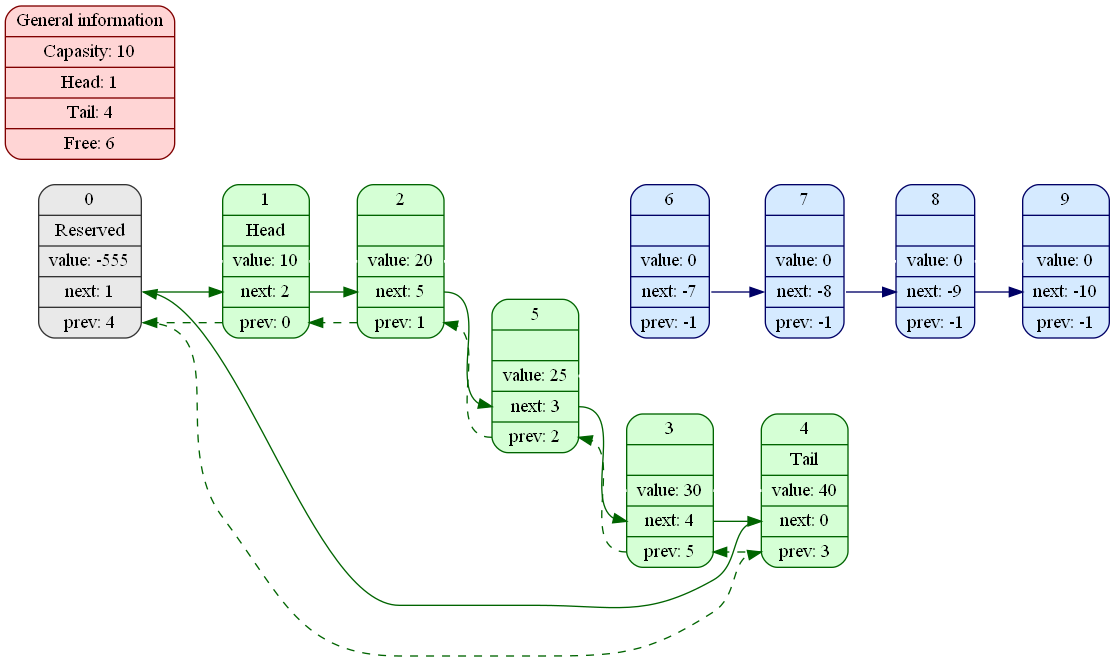
Above: ListPicture.png in KuchinaMA/Lists (Graphviz), before the change. Its source is kept beside it as ListPicture.dot.
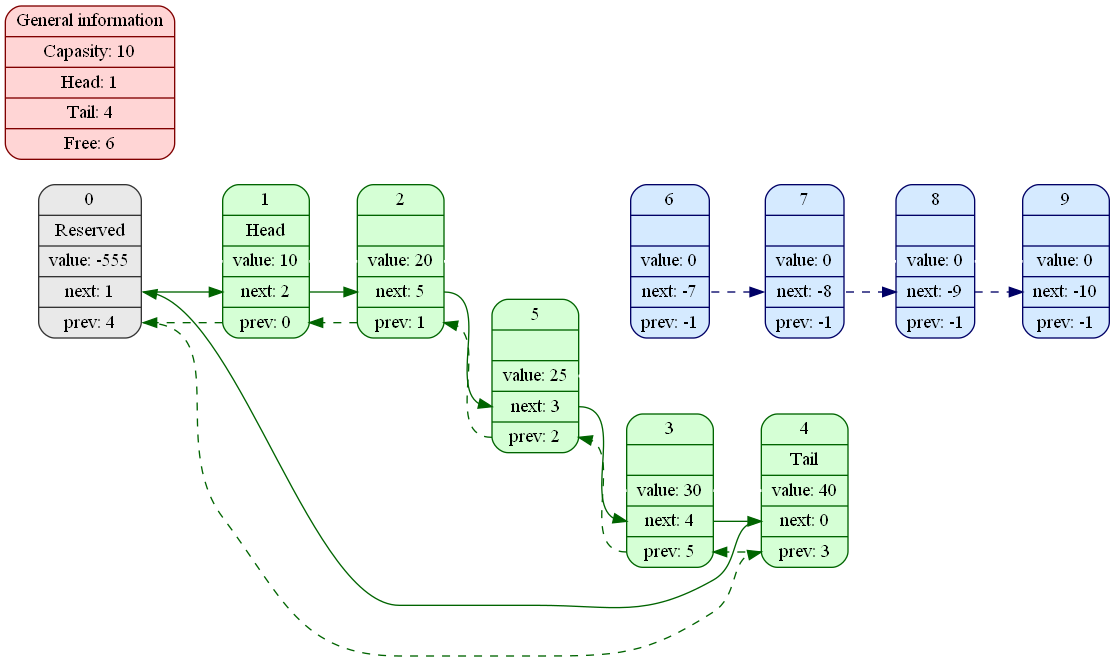
After the commit.

The edit, as a diff of the source:
```diff
@@ -24,8 +24,8 @@
   el2: <p2> -> el1: <p1> [color = "#006400", style = "dashed"];
   el1: <p1> -> el0: <p0> [color = "#006400", style = "dashed"];
   el0: <p0> -> el4: <p4> [color = "#006400", style = "dashed"];
-  el6: <n6> -> el7: <n7> [color = "#000066"];
-  el7: <n7> -> el8: <n8> [color = "#000066"];
-  el8: <n8> -> el9: <n9> [color = "#000066"];
+  el6: <n6> -> el7: <n7> [color = "#000066", style = "dashed"];
+  el7: <n7> -> el8: <n8> [color = "#000066", style = "dashed"];
+  el8: <n8> -> el9: <n9> [color = "#000066", style = "dashed"];
 }{  general[color = "#800000", style = filled, fillcolor = "#FFD5D5", label = "General information |      Capasity: 10 | Head: 1 | Tail: 4 | Free: 6"];
 }}
```
